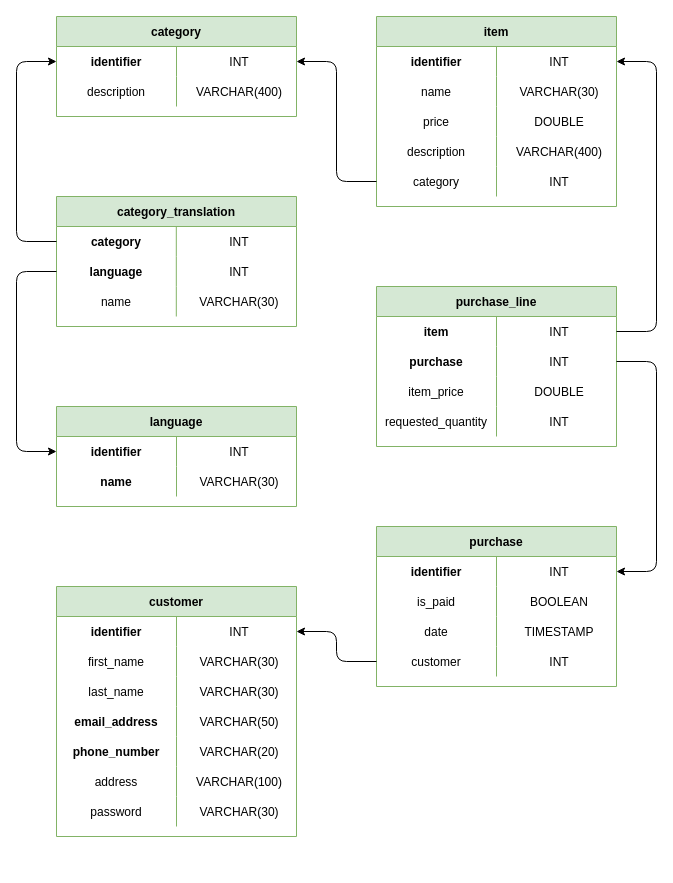
Before: diagram/database_relationship_diagram.drawio in JobeanSmith/Cyberware, a draw.io diagram. Source tidied: cells renumbered, new cells numbered last; positions are measured from the earlier drawing's top-left corner, leaving out a move shared by most shapes. Both pictures are drawn from the tidied source at 100%, with x=0, y=0 at pixel (16, 16).
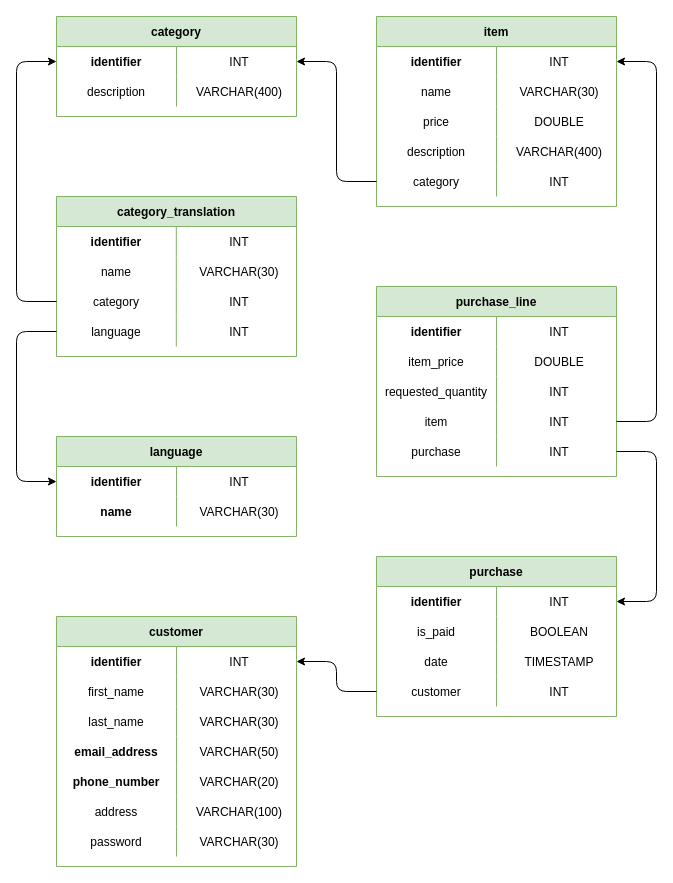
The same diagram, later.

Unchanged cells that the change refers to:
```xml
<mxCell id="3" style="shape=partialRectangle;fillColor=none;top=0;left=0;bottom=0;right=0;points=[[0,0.5],[1,0.5]];portConstraint=eastwest;align=center;fontStyle=0;" parent="2" vertex="1">
  <mxGeometry y="30" width="240" height="30" as="geometry" />
</mxCell>
<mxCell id="20" style="shape=partialRectangle;fillColor=none;top=0;left=0;bottom=0;right=0;points=[[0,0.5],[1,0.5]];portConstraint=eastwest;align=center;fontStyle=0;" parent="19" vertex="1">
  <mxGeometry y="30" width="240" height="30" as="geometry" />
</mxCell>
<mxCell id="29" style="shape=partialRectangle;fillColor=none;top=0;left=0;bottom=0;right=0;points=[[0,0.5],[1,0.5]];portConstraint=eastwest;align=center;fontStyle=0;" parent="28" vertex="1">
  <mxGeometry y="30" width="240" height="30" as="geometry" />
</mxCell>
<mxCell id="61" style="shape=partialRectangle;fillColor=none;top=0;left=0;bottom=0;right=0;points=[[0,0.5],[1,0.5]];portConstraint=eastwest;align=center;fontStyle=0;" parent="60" vertex="1">
  <mxGeometry y="30" width="240" height="30" as="geometry" />
</mxCell>
<mxCell id="70" style="shape=partialRectangle;fillColor=none;top=0;left=0;bottom=0;right=0;points=[[0,0.5],[1,0.5]];portConstraint=eastwest;align=center;fontStyle=0;" parent="60" vertex="1">
  <mxGeometry y="120" width="240" height="30" as="geometry" />
</mxCell>
<mxCell id="74" style="shape=partialRectangle;fillColor=none;top=0;left=0;bottom=0;right=0;points=[[0,0.5],[1,0.5]];portConstraint=eastwest;align=center;fontStyle=0;" parent="73" vertex="1">
  <mxGeometry y="30" width="240" height="30" as="geometry" />
</mxCell>
```

Change to the diagram source:
```diff
@@
     <mxCell id="9" value="category_translation" style="shape=table;startSize=30;childLayout=tableLayout;rowLines=0;fontStyle=1;align=center;fillColor=#d5e8d4;strokeColor=#82b366;" parent="1" vertex="1">
-      <mxGeometry x="40" y="180" width="240" height="130" as="geometry" />
+      <mxGeometry x="40" y="180" width="240" height="160" as="geometry" />
     </mxCell>
+    <mxCell id="96" style="shape=partialRectangle;fillColor=none;top=0;left=0;bottom=0;right=0;align=center;fontStyle=0;" parent="9" vertex="1">
+      <mxGeometry y="30" width="240" height="30" as="geometry" />
+    </mxCell>
+    <mxCell id="97" value="identifier" style="shape=partialRectangle;fillColor=none;top=0;left=0;bottom=0;right=0;fontStyle=1;overflow=hidden;align=center;" parent="96" vertex="1">
+      <mxGeometry width="119.8" height="30" as="geometry" />
+    </mxCell>
+    <mxCell id="98" value="INT" style="shape=partialRectangle;fillColor=none;top=0;left=0;bottom=0;right=0;align=center;spacingLeft=6;fontStyle=0;overflow=hidden;" parent="96" vertex="1">
+      <mxGeometry x="119.8" width="120.2" height="30" as="geometry" />
+    </mxCell>
+    <mxCell id="16" style="shape=partialRectangle;fillColor=none;top=0;left=0;bottom=0;right=0;align=center;fontStyle=0;" parent="9" vertex="1">
+      <mxGeometry y="60" width="240" height="30" as="geometry" />
+    </mxCell>
+    <mxCell id="17" value="name" style="shape=partialRectangle;fillColor=none;top=0;left=0;bottom=0;right=0;fontStyle=0;overflow=hidden;align=center;" parent="16" vertex="1">
+      <mxGeometry width="119.8" height="30" as="geometry" />
+    </mxCell>
+    <mxCell id="18" value="VARCHAR(30)" style="shape=partialRectangle;fillColor=none;top=0;left=0;bottom=0;right=0;align=center;spacingLeft=6;fontStyle=0;overflow=hidden;" parent="16" vertex="1">
+      <mxGeometry x="119.8" width="120.2" height="30" as="geometry" />
+    </mxCell>
     <mxCell id="10" style="shape=partialRectangle;fillColor=none;top=0;left=0;bottom=0;right=0;points=[[0,0.5],[1,0.5]];portConstraint=eastwest;align=center;fontStyle=0;" parent="9" vertex="1">
-      <mxGeometry y="30" width="240" height="30" as="geometry" />
+      <mxGeometry y="90" width="240" height="30" as="geometry" />
     </mxCell>
-    <mxCell id="11" value="category" style="shape=partialRectangle;fillColor=none;top=0;left=0;bottom=0;right=0;fontStyle=1;overflow=hidden;align=center;" parent="10" vertex="1">
+    <mxCell id="11" value="category" style="shape=partialRectangle;fillColor=none;top=0;left=0;bottom=0;right=0;fontStyle=0;overflow=hidden;align=center;" parent="10" vertex="1">
       <mxGeometry width="119.8" height="30" as="geometry" />
     </mxCell>
@@
     <mxCell id="13" style="shape=partialRectangle;fillColor=none;top=0;left=0;bottom=0;right=0;points=[[0,0.5],[1,0.5]];portConstraint=eastwest;align=center;fontStyle=0;" parent="9" vertex="1">
-      <mxGeometry y="60" width="240" height="30" as="geometry" />
+      <mxGeometry y="120" width="240" height="30" as="geometry" />
     </mxCell>
-    <mxCell id="14" value="language" style="shape=partialRectangle;fillColor=none;top=0;left=0;bottom=0;right=0;fontStyle=1;overflow=hidden;align=center;" parent="13" vertex="1">
+    <mxCell id="14" value="language" style="shape=partialRectangle;fillColor=none;top=0;left=0;bottom=0;right=0;fontStyle=0;overflow=hidden;align=center;" parent="13" vertex="1">
       <mxGeometry width="119.8" height="30" as="geometry" />
     </mxCell>
@@
-    <mxCell id="16" style="shape=partialRectangle;fillColor=none;top=0;left=0;bottom=0;right=0;align=center;fontStyle=0;" parent="9" vertex="1">
-      <mxGeometry y="90" width="240" height="30" as="geometry" />
-    </mxCell>
-    <mxCell id="17" value="name" style="shape=partialRectangle;fillColor=none;top=0;left=0;bottom=0;right=0;fontStyle=0;overflow=hidden;align=center;" parent="16" vertex="1">
-      <mxGeometry width="119.8" height="30" as="geometry" />
-    </mxCell>
-    <mxCell id="18" value="VARCHAR(30)" style="shape=partialRectangle;fillColor=none;top=0;left=0;bottom=0;right=0;align=center;spacingLeft=6;fontStyle=0;overflow=hidden;" parent="16" vertex="1">
-      <mxGeometry x="119.8" width="120.2" height="30" as="geometry" />
-    </mxCell>
     <mxCell id="19" value="language" style="shape=table;startSize=30;childLayout=tableLayout;rowLines=0;fontStyle=1;align=center;fillColor=#d5e8d4;strokeColor=#82b366;" parent="1" vertex="1">
-      <mxGeometry x="40" y="390" width="240" height="100" as="geometry" />
+      <mxGeometry x="40" y="420" width="240" height="100" as="geometry" />
     </mxCell>
@@
     <mxCell id="26" style="endArrow=classic;html=1;rounded=1;edgeStyle=orthogonalEdgeStyle;fontStyle=0;" parent="1" edge="1" source="13" target="20">
       <mxGeometry relative="1" as="geometry">
         <Array as="points">
-          <mxPoint y="255" />
-          <mxPoint y="435" />
+          <mxPoint y="315" />
+          <mxPoint y="465" />
         </Array>
       </mxGeometry>
     </mxCell>
     <mxCell id="27" style="endArrow=classic;html=1;rounded=1;edgeStyle=orthogonalEdgeStyle;fontStyle=0;" parent="1" edge="1" source="10" target="3">
       <mxGeometry relative="1" as="geometry">
         <Array as="points">
-          <mxPoint y="225" />
+          <mxPoint y="285" />
           <mxPoint y="45" />
         </Array>
       </mxGeometry>
     </mxCell>
@@
     <mxCell id="45" value="purchase_line" style="shape=table;startSize=30;childLayout=tableLayout;rowLines=0;fontStyle=1;align=center;fillColor=#d5e8d4;strokeColor=#82b366;" parent="1" vertex="1">
-      <mxGeometry x="360" y="270" width="240" height="160" as="geometry" />
+      <mxGeometry x="360" y="270" width="240" height="190" as="geometry" />
     </mxCell>
+    <mxCell id="52" style="shape=partialRectangle;fillColor=none;top=0;left=0;bottom=0;right=0;align=center;fontStyle=0;" parent="45" vertex="1">
+      <mxGeometry y="30" width="240" height="30" as="geometry" />
+    </mxCell>
+    <mxCell id="53" value="identifier" style="shape=partialRectangle;fillColor=none;top=0;left=0;bottom=0;right=0;fontStyle=1;overflow=hidden;align=center;" parent="52" vertex="1">
+      <mxGeometry width="120" height="30" as="geometry" />
+    </mxCell>
+    <mxCell id="54" value="INT" style="shape=partialRectangle;fillColor=none;top=0;left=0;bottom=0;right=0;align=center;spacingLeft=6;fontStyle=0;overflow=hidden;" parent="52" vertex="1">
+      <mxGeometry x="120" width="120" height="30" as="geometry" />
+    </mxCell>
+    <mxCell id="99" style="shape=partialRectangle;fillColor=none;top=0;left=0;bottom=0;right=0;align=center;fontStyle=0;" parent="45" vertex="1">
+      <mxGeometry y="60" width="240" height="30" as="geometry" />
+    </mxCell>
+    <mxCell id="100" value="item_price" style="shape=partialRectangle;fillColor=none;top=0;left=0;bottom=0;right=0;fontStyle=0;overflow=hidden;align=center;" parent="99" vertex="1">
+      <mxGeometry width="120" height="30" as="geometry" />
+    </mxCell>
+    <mxCell id="101" value="DOUBLE" style="shape=partialRectangle;fillColor=none;top=0;left=0;bottom=0;right=0;align=center;spacingLeft=6;fontStyle=0;overflow=hidden;" parent="99" vertex="1">
+      <mxGeometry x="120" width="120" height="30" as="geometry" />
+    </mxCell>
+    <mxCell id="55" style="shape=partialRectangle;fillColor=none;top=0;left=0;bottom=0;right=0;align=center;fontStyle=0;" parent="45" vertex="1">
+      <mxGeometry y="90" width="240" height="30" as="geometry" />
+    </mxCell>
+    <mxCell id="56" value="requested_quantity" style="shape=partialRectangle;fillColor=none;top=0;left=0;bottom=0;right=0;fontStyle=0;overflow=hidden;align=center;" parent="55" vertex="1">
+      <mxGeometry width="120" height="30" as="geometry" />
+    </mxCell>
+    <mxCell id="57" value="INT" style="shape=partialRectangle;fillColor=none;top=0;left=0;bottom=0;right=0;align=center;spacingLeft=6;fontStyle=0;overflow=hidden;" parent="55" vertex="1">
+      <mxGeometry x="120" width="120" height="30" as="geometry" />
+    </mxCell>
     <mxCell id="46" style="shape=partialRectangle;fillColor=none;top=0;left=0;bottom=0;right=0;points=[[0,0.5],[1,0.5]];portConstraint=eastwest;align=center;fontStyle=0;" parent="45" vertex="1">
-      <mxGeometry y="30" width="240" height="30" as="geometry" />
+      <mxGeometry y="120" width="240" height="30" as="geometry" />
     </mxCell>
-    <mxCell id="47" value="item" style="shape=partialRectangle;fillColor=none;top=0;left=0;bottom=0;right=0;fontStyle=1;overflow=hidden;align=center;" parent="46" vertex="1">
+    <mxCell id="47" value="item" style="shape=partialRectangle;fillColor=none;top=0;left=0;bottom=0;right=0;fontStyle=0;overflow=hidden;align=center;" parent="46" vertex="1">
       <mxGeometry width="120" height="30" as="geometry" />
     </mxCell>
@@
     <mxCell id="49" style="shape=partialRectangle;fillColor=none;top=0;left=0;bottom=0;right=0;points=[[0,0.5],[1,0.5]];portConstraint=eastwest;align=center;fontStyle=0;" parent="45" vertex="1">
-      <mxGeometry y="60" width="240" height="30" as="geometry" />
+      <mxGeometry y="150" width="240" height="30" as="geometry" />
     </mxCell>
-    <mxCell id="50" value="purchase" style="shape=partialRectangle;fillColor=none;top=0;left=0;bottom=0;right=0;fontStyle=1;overflow=hidden;align=center;" parent="49" vertex="1">
+    <mxCell id="50" value="purchase" style="shape=partialRectangle;fillColor=none;top=0;left=0;bottom=0;right=0;fontStyle=0;overflow=hidden;align=center;" parent="49" vertex="1">
       <mxGeometry width="120" height="30" as="geometry" />
     </mxCell>
@@
-    <mxCell id="52" style="shape=partialRectangle;fillColor=none;top=0;left=0;bottom=0;right=0;align=center;fontStyle=0;" parent="45" vertex="1">
-      <mxGeometry y="90" width="240" height="30" as="geometry" />
-    </mxCell>
-    <mxCell id="53" value="item_price" style="shape=partialRectangle;fillColor=none;top=0;left=0;bottom=0;right=0;fontStyle=0;overflow=hidden;align=center;" parent="52" vertex="1">
-      <mxGeometry width="120" height="30" as="geometry" />
-    </mxCell>
-    <mxCell id="54" value="DOUBLE" style="shape=partialRectangle;fillColor=none;top=0;left=0;bottom=0;right=0;align=center;spacingLeft=6;fontStyle=0;overflow=hidden;" parent="52" vertex="1">
-      <mxGeometry x="120" width="120" height="30" as="geometry" />
-    </mxCell>
-    <mxCell id="55" style="shape=partialRectangle;fillColor=none;top=0;left=0;bottom=0;right=0;align=center;fontStyle=0;" parent="45" vertex="1">
-      <mxGeometry y="120" width="240" height="30" as="geometry" />
-    </mxCell>
-    <mxCell id="56" value="requested_quantity" style="shape=partialRectangle;fillColor=none;top=0;left=0;bottom=0;right=0;fontStyle=0;overflow=hidden;align=center;" parent="55" vertex="1">
-      <mxGeometry width="120" height="30" as="geometry" />
-    </mxCell>
-    <mxCell id="57" value="INT" style="shape=partialRectangle;fillColor=none;top=0;left=0;bottom=0;right=0;align=center;spacingLeft=6;fontStyle=0;overflow=hidden;" parent="55" vertex="1">
-      <mxGeometry x="120" width="120" height="30" as="geometry" />
-    </mxCell>
     <mxCell id="58" style="endArrow=classic;html=1;rounded=1;edgeStyle=orthogonalEdgeStyle;fontStyle=0;" parent="1" edge="1" source="49" target="61">
       <mxGeometry relative="1" as="geometry">
         <Array as="points">
-          <mxPoint x="640" y="345" />
-          <mxPoint x="640" y="555" />
+          <mxPoint x="640" y="435" />
+          <mxPoint x="640" y="585" />
         </Array>
       </mxGeometry>
     </mxCell>
     <mxCell id="59" style="endArrow=classic;html=1;rounded=1;edgeStyle=orthogonalEdgeStyle;fontStyle=0;" parent="1" edge="1" source="46" target="29">
       <mxGeometry relative="1" as="geometry">
         <Array as="points">
-          <mxPoint x="640" y="315" />
+          <mxPoint x="640" y="405" />
           <mxPoint x="640" y="45" />
         </Array>
       </mxGeometry>
     </mxCell>
     <mxCell id="60" value="purchase" style="shape=table;startSize=30;childLayout=tableLayout;rowLines=0;fontStyle=1;align=center;fillColor=#d5e8d4;strokeColor=#82b366;" parent="1" vertex="1">
-      <mxGeometry x="360" y="510" width="240" height="160" as="geometry" />
+      <mxGeometry x="360" y="540" width="240" height="160" as="geometry" />
     </mxCell>
@@
     <mxCell id="73" value="customer" style="shape=table;startSize=30;childLayout=tableLayout;rowLines=0;fontStyle=1;align=center;fillColor=#d5e8d4;strokeColor=#82b366;" parent="1" vertex="1">
-      <mxGeometry x="40" y="570" width="240" height="250" as="geometry" />
+      <mxGeometry x="40" y="600" width="240" height="250" as="geometry" />
     </mxCell>
@@
     <mxCell id="95" style="endArrow=classic;html=1;rounded=1;edgeStyle=orthogonalEdgeStyle;fontStyle=0;" parent="1" edge="1" source="70" target="74">
       <mxGeometry relative="1" as="geometry">
         <Array as="points">
+          <mxPoint x="320" y="675" />
           <mxPoint x="320" y="645" />
-          <mxPoint x="320" y="615" />
         </Array>
       </mxGeometry>
     </mxCell>
```
